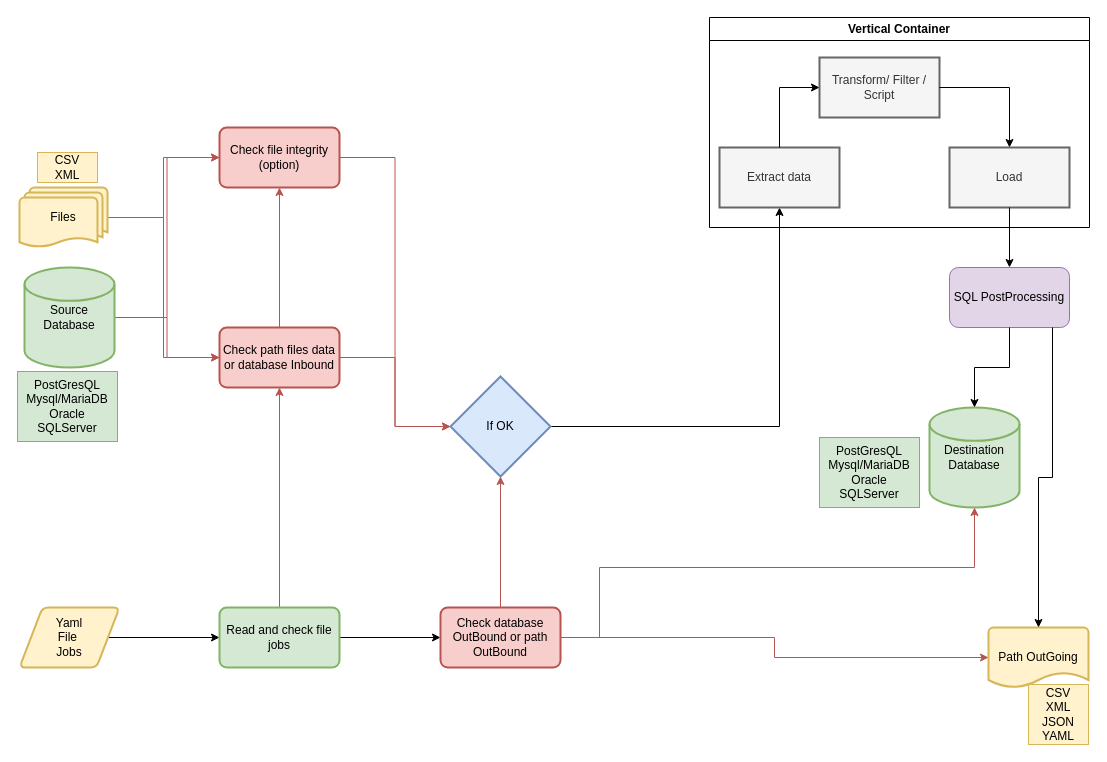
Before: page "Schèma_Global" (1 of 2) of TODO/isiETL.drawio in isi-hop/isiETL, a draw.io diagram. Source tidied: cells renumbered, new cells numbered last; positions are measured from the earlier drawing's top-left corner, leaving out a move shared by most shapes. Both pictures are drawn from the tidied source at 100%, with x=0, y=0 at pixel (17, 17).
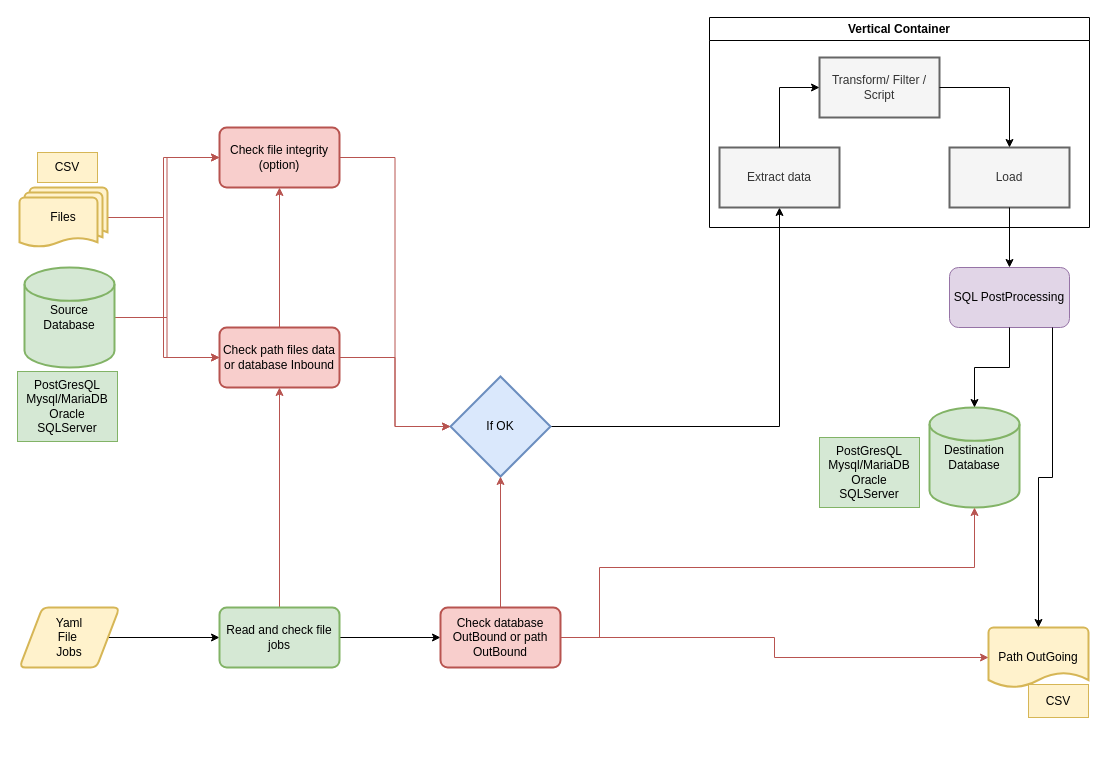
The same diagram, later.

The edit, as a diff of the source:
```diff
@@
-    <mxCell id="36" value="CSV&lt;div&gt;XML&lt;/div&gt;&lt;div&gt;JSON&lt;/div&gt;&lt;div&gt;YAML&lt;/div&gt;" style="text;html=1;align=center;verticalAlign=middle;whiteSpace=wrap;rounded=0;fillColor=#fff2cc;strokeColor=#d6b656;" parent="1" vertex="1">
-      <mxGeometry x="1011" y="667" width="60" height="60" as="geometry" />
+    <mxCell id="36" value="CSV" style="text;html=1;align=center;verticalAlign=middle;whiteSpace=wrap;rounded=0;fillColor=#fff2cc;strokeColor=#d6b656;" parent="1" vertex="1">
+      <mxGeometry x="1011" y="667" width="60" height="33" as="geometry" />
     </mxCell>
@@
-    <mxCell id="38" value="CSV&lt;div&gt;XML&lt;/div&gt;" style="text;html=1;align=center;verticalAlign=middle;whiteSpace=wrap;rounded=0;fillColor=#fff2cc;strokeColor=#d6b656;" parent="1" vertex="1">
+    <mxCell id="38" value="CSV" style="text;html=1;align=center;verticalAlign=middle;whiteSpace=wrap;rounded=0;fillColor=#fff2cc;strokeColor=#d6b656;" parent="1" vertex="1">
       <mxGeometry x="20" y="135" width="60" height="30" as="geometry" />
     </mxCell>
```
